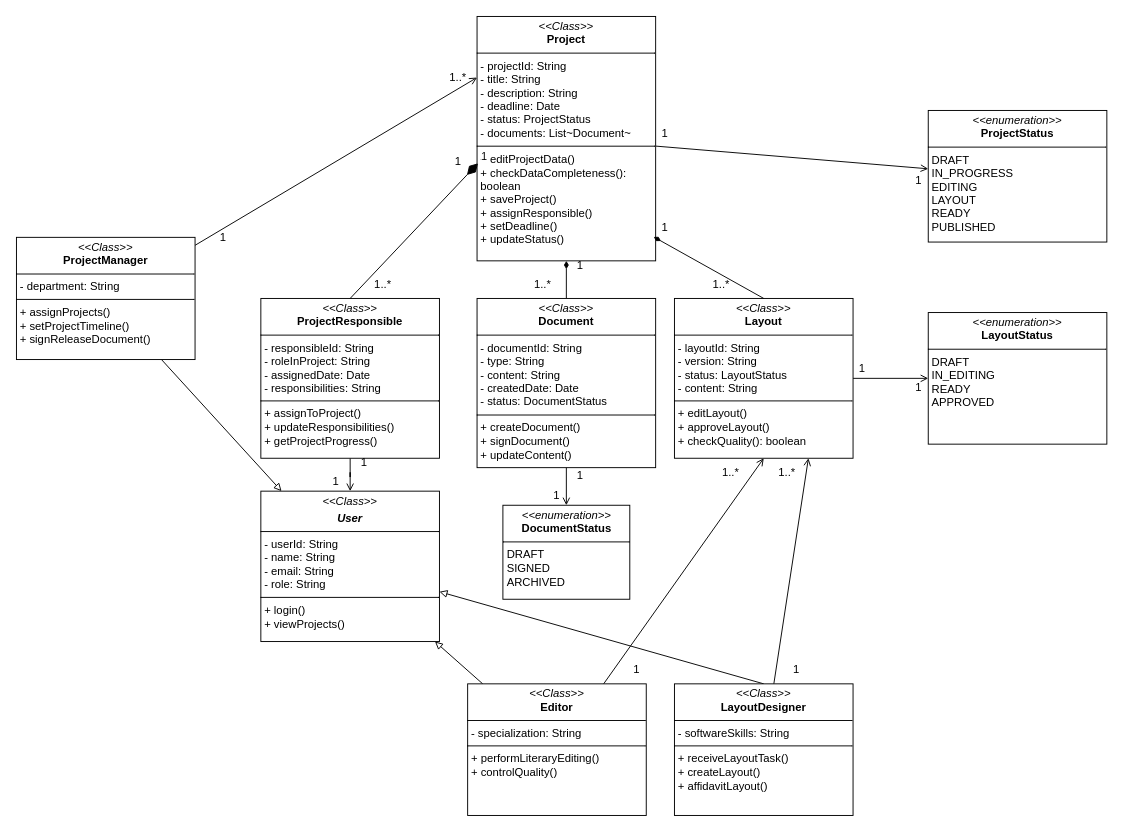
danaddi/draw.io keeps this draw.io diagram as ortps5_1.drawio. Above is the earlier version. Source tidied: cells renumbered, new cells numbered last; positions are measured from the earlier drawing's top-left corner, leaving out a move shared by most shapes. Both pictures are drawn from the tidied source at 94%, with x=0, y=0 at pixel (16, 16).
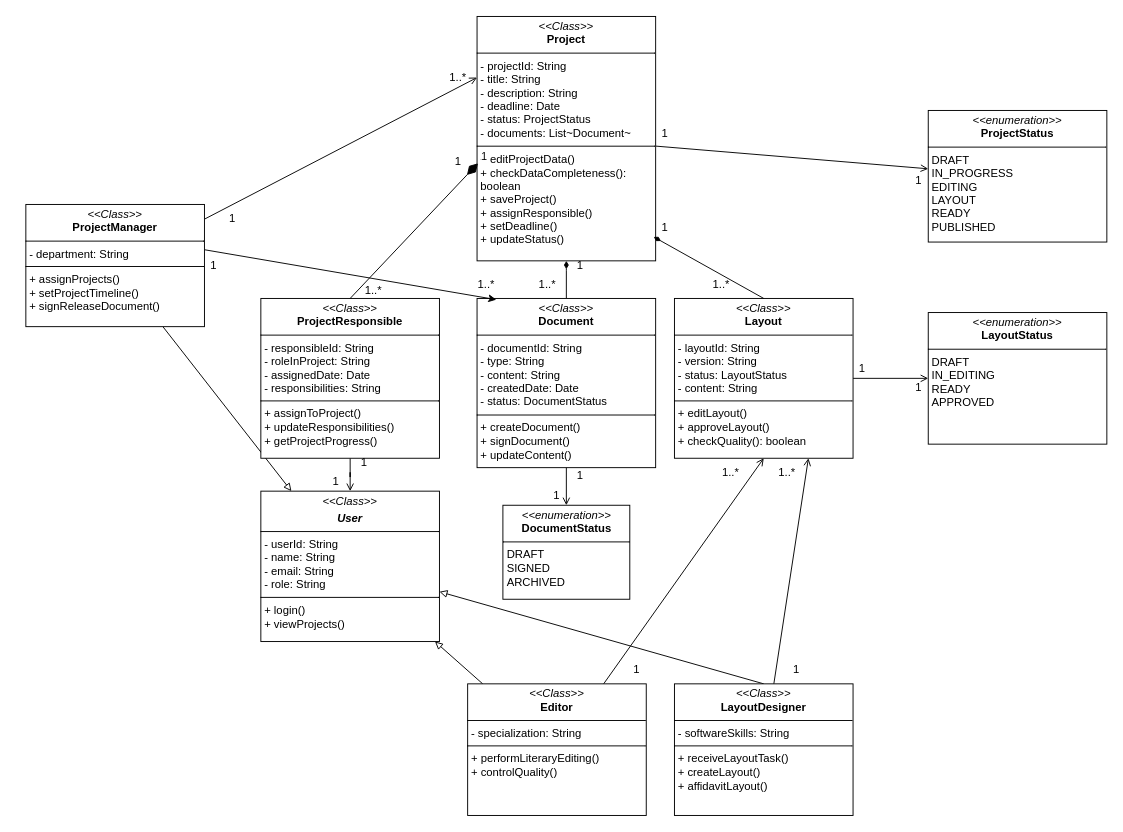
Above is the later version.

Unchanged cells that the change refers to:
```xml
<mxCell id="4" value="&lt;p style=&quot;margin:0px;margin-top:4px;text-align:center;&quot;&gt;&lt;i&gt;&amp;lt;&amp;lt;Class&amp;gt;&amp;gt;&lt;/i&gt;&lt;br&gt;&lt;b&gt;Project&lt;/b&gt;&lt;/p&gt;&lt;hr size=&quot;1&quot; style=&quot;border-style:solid;&quot;&gt;&lt;p style=&quot;margin:0px;margin-left:4px;&quot;&gt;- projectId: String&lt;/p&gt;&lt;p style=&quot;margin:0px;margin-left:4px;&quot;&gt;- title: String&amp;nbsp;&amp;nbsp;&lt;/p&gt;&lt;p style=&quot;margin:0px;margin-left:4px;&quot;&gt;- description: String&lt;/p&gt;&lt;p style=&quot;margin:0px;margin-left:4px;&quot;&gt;- deadline: Date&lt;/p&gt;&lt;p style=&quot;margin:0px;margin-left:4px;&quot;&gt;- status: ProjectStatus&lt;/p&gt;&lt;p style=&quot;margin:0px;margin-left:4px;&quot;&gt;- documents: List~Document~&lt;/p&gt;&lt;hr size=&quot;1&quot; style=&quot;border-style:solid;&quot;&gt;&lt;p style=&quot;margin: 0px 0px 0px 4px;&quot;&gt;+ editProjectData()&lt;/p&gt;&lt;p style=&quot;margin: 0px 0px 0px 4px;&quot;&gt;+ checkDataCompleteness(): boolean&lt;/p&gt;&lt;p style=&quot;margin: 0px 0px 0px 4px;&quot;&gt;+ saveProject()&lt;/p&gt;&lt;p style=&quot;margin: 0px 0px 0px 4px;&quot;&gt;+ assignResponsible()&lt;/p&gt;&lt;p style=&quot;margin: 0px 0px 0px 4px;&quot;&gt;+ setDeadline()&lt;/p&gt;&lt;p style=&quot;margin: 0px 0px 0px 4px;&quot;&gt;+ updateStatus()&lt;/p&gt;" style="verticalAlign=top;align=left;overflow=fill;html=1;whiteSpace=wrap;" parent="1" vertex="1">
  <mxGeometry x="490" width="190" height="260" as="geometry" />
</mxCell>
<mxCell id="6" value="&lt;p style=&quot;margin:0px;margin-top:4px;text-align:center;&quot;&gt;&lt;i&gt;&amp;lt;&amp;lt;Class&amp;gt;&amp;gt;&lt;/i&gt;&lt;br&gt;&lt;b&gt;Document&lt;/b&gt;&lt;/p&gt;&lt;hr size=&quot;1&quot; style=&quot;border-style:solid;&quot;&gt;&lt;p style=&quot;margin:0px;margin-left:4px;&quot;&gt;- documentId: String&lt;/p&gt;&lt;p style=&quot;margin:0px;margin-left:4px;&quot;&gt;- type: String&lt;/p&gt;&lt;p style=&quot;margin:0px;margin-left:4px;&quot;&gt;- content: String&lt;/p&gt;&lt;p style=&quot;margin:0px;margin-left:4px;&quot;&gt;- createdDate: Date&lt;/p&gt;&lt;p style=&quot;margin:0px;margin-left:4px;&quot;&gt;- status: DocumentStatus&lt;/p&gt;&lt;hr size=&quot;1&quot; style=&quot;border-style:solid;&quot;&gt;&lt;p style=&quot;margin:0px;margin-left:4px;&quot;&gt;+ createDocument()&lt;/p&gt;&lt;p style=&quot;margin:0px;margin-left:4px;&quot;&gt;+ signDocument()&lt;/p&gt;&lt;p style=&quot;margin:0px;margin-left:4px;&quot;&gt;+ updateContent()&lt;/p&gt;" style="verticalAlign=top;align=left;overflow=fill;html=1;whiteSpace=wrap;" parent="1" vertex="1">
  <mxGeometry x="490" y="300" width="190" height="180" as="geometry" />
</mxCell>
```

The edit, as a diff of the source:
```diff
@@
     <mxCell id="5" style="edgeStyle=orthogonalEdgeStyle;rounded=0;jettySize=auto;html=1;endArrow=diamondThin;endFill=1;" parent="1" edge="1" source="6" target="4">
-      <mxGeometry relative="1" as="geometry" />
+      <mxGeometry relative="1" as="geometry">
+        <Array as="points">
+          <mxPoint x="585" y="270" />
+          <mxPoint x="585" y="270" />
+        </Array>
+      </mxGeometry>
     </mxCell>
@@
     <mxCell id="11" value="&lt;p style=&quot;margin:0px;margin-top:4px;text-align:center;&quot;&gt;&lt;i&gt;&amp;lt;&amp;lt;Class&amp;gt;&amp;gt;&lt;/i&gt;&lt;br&gt;&lt;b&gt;ProjectManager&lt;/b&gt;&lt;/p&gt;&lt;hr size=&quot;1&quot; style=&quot;border-style:solid;&quot;&gt;&lt;p style=&quot;margin:0px;margin-left:4px;&quot;&gt;- department: String&lt;/p&gt;&lt;hr size=&quot;1&quot; style=&quot;border-style:solid;&quot;&gt;&lt;p style=&quot;margin:0px;margin-left:4px;&quot;&gt;+ assignProjects()&lt;/p&gt;&lt;p style=&quot;margin:0px;margin-left:4px;&quot;&gt;+ setProjectTimeline()&lt;/p&gt;&lt;p style=&quot;margin:0px;margin-left:4px;&quot;&gt;+ signReleaseDocument()&lt;/p&gt;" style="verticalAlign=top;align=left;overflow=fill;html=1;whiteSpace=wrap;" parent="1" vertex="1">
-      <mxGeometry y="235" width="190" height="130" as="geometry" />
+      <mxGeometry x="10" y="200" width="190" height="130" as="geometry" />
     </mxCell>
@@
     <mxCell id="25" value="1..*" style="text;html=1;whiteSpace=wrap;strokeColor=none;fillColor=none;align=center;verticalAlign=middle;rounded=0;" parent="1" vertex="1">
-      <mxGeometry x="360" y="270" width="60" height="30" as="geometry" />
+      <mxGeometry x="350" y="277" width="60" height="30" as="geometry" />
     </mxCell>
@@
     <mxCell id="29" value="1..*" style="text;html=1;whiteSpace=wrap;strokeColor=none;fillColor=none;align=center;verticalAlign=middle;rounded=0;" parent="1" vertex="1">
-      <mxGeometry x="530" y="270" width="60" height="30" as="geometry" />
+      <mxGeometry x="550" y="270" width="30" height="30" as="geometry" />
     </mxCell>
@@
     <mxCell id="40" value="1" style="text;html=1;whiteSpace=wrap;strokeColor=none;fillColor=none;align=center;verticalAlign=middle;rounded=0;" parent="1" vertex="1">
-      <mxGeometry x="190" y="220" width="60" height="30" as="geometry" />
+      <mxGeometry x="200" y="200" width="60" height="30" as="geometry" />
     </mxCell>
@@
+    <mxCell id="46" style="rounded=0;jettySize=auto;html=1;entryX=0.108;entryY=0.007;entryDx=0;entryDy=0;entryPerimeter=0;exitX=1.002;exitY=0.371;exitDx=0;exitDy=0;exitPerimeter=0;" parent="1" edge="1" source="11" target="6">
+      <mxGeometry relative="1" as="geometry" />
+    </mxCell>
+    <mxCell id="47" value="1" style="text;html=1;whiteSpace=wrap;strokeColor=none;fillColor=none;align=center;verticalAlign=middle;rounded=0;" parent="1" vertex="1">
+      <mxGeometry x="180" y="250" width="60" height="30" as="geometry" />
+    </mxCell>
+    <mxCell id="48" value="1..*" style="text;html=1;whiteSpace=wrap;strokeColor=none;fillColor=none;align=center;verticalAlign=middle;rounded=0;" parent="1" vertex="1">
+      <mxGeometry x="470" y="270" width="60" height="30" as="geometry" />
+    </mxCell>
```
